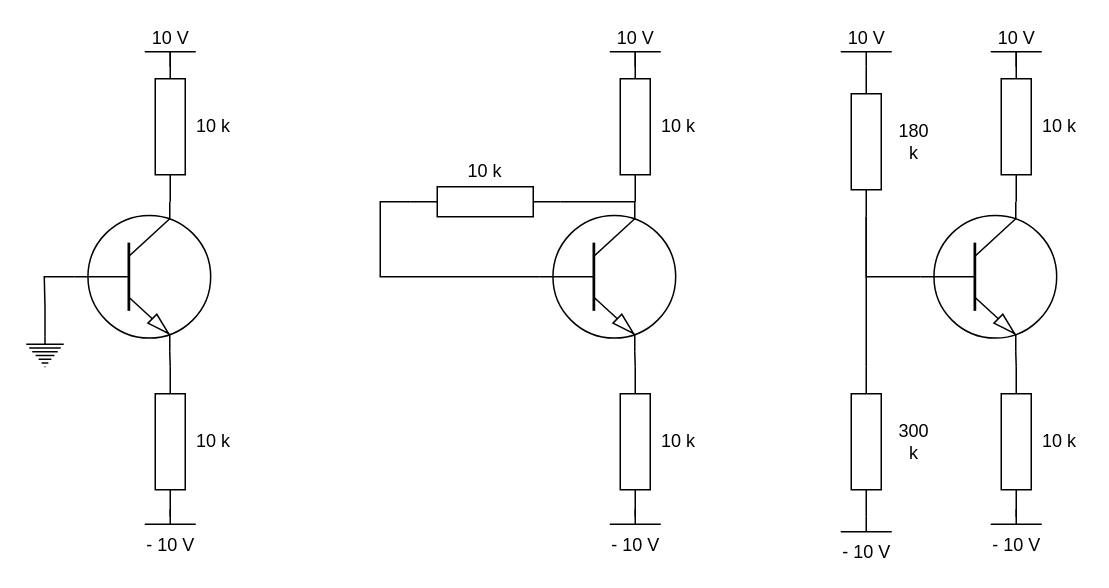
This is Exercices/BJT/figures/NPN-a.drawio from parastuffs/3BMBS-electronique, a draw.io file, before an edit. Source tidied: cells renumbered, new cells numbered last; positions are measured from the earlier drawing's top-left corner, leaving out a move shared by most shapes. Both pictures are drawn from the tidied source at 150%, with x=0, y=0 at pixel (26, 51).
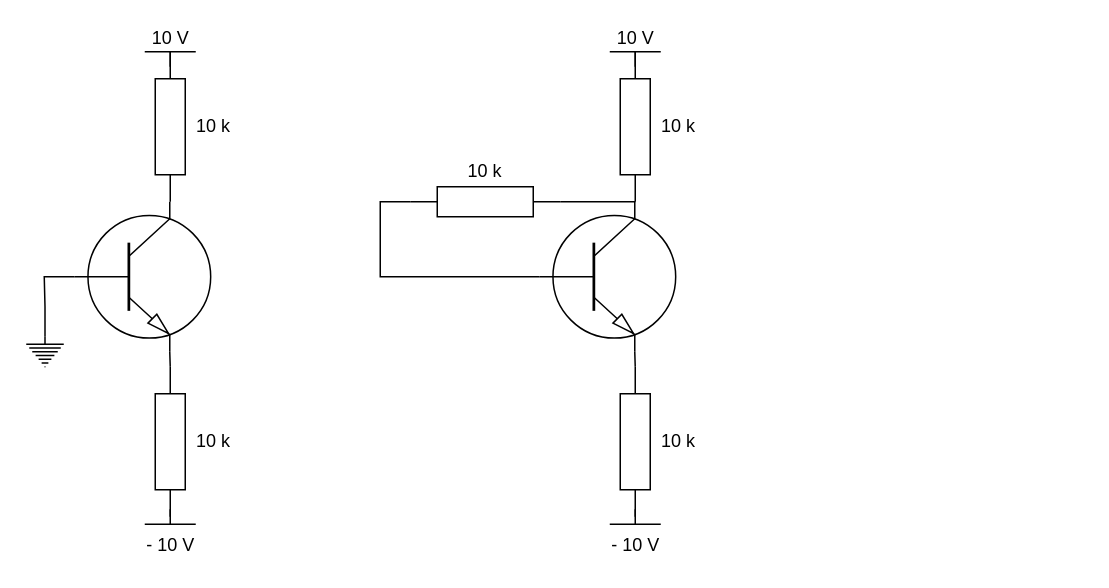
After the change.

Diff of the diagram source:
```diff
@@
-    <mxCell id="26" style="verticalLabelPosition=bottom;shadow=0;dashed=0;align=center;html=1;verticalAlign=top;shape=mxgraph.electrical.transistors.npn_transistor_1;" parent="1" vertex="1">
-      <mxGeometry x="594" y="100" width="95" height="100" as="geometry" />
-    </mxCell>
-    <mxCell id="27" style="edgeStyle=orthogonalEdgeStyle;rounded=0;jettySize=auto;html=1;exitX=1;exitY=0.5;exitDx=0;exitDy=0;exitPerimeter=0;entryX=0.7;entryY=0;entryDx=0;entryDy=0;entryPerimeter=0;endArrow=none;endFill=0;" parent="1" edge="1" source="28" target="26">
-      <mxGeometry relative="1" as="geometry" />
-    </mxCell>
-    <mxCell id="28" style="verticalLabelPosition=bottom;shadow=0;dashed=0;align=center;html=1;verticalAlign=top;shape=mxgraph.electrical.resistors.resistor_1;rotation=90;" parent="1" vertex="1">
-      <mxGeometry x="610" y="40" width="100" height="20" as="geometry" />
-    </mxCell>
-    <mxCell id="29" style="edgeStyle=orthogonalEdgeStyle;rounded=0;jettySize=auto;html=1;exitX=0;exitY=0.5;exitDx=0;exitDy=0;exitPerimeter=0;entryX=0.7;entryY=1;entryDx=0;entryDy=0;entryPerimeter=0;endArrow=none;endFill=0;" parent="1" edge="1" source="30" target="26">
-      <mxGeometry relative="1" as="geometry" />
-    </mxCell>
-    <mxCell id="30" style="verticalLabelPosition=bottom;shadow=0;dashed=0;align=center;html=1;verticalAlign=top;shape=mxgraph.electrical.resistors.resistor_1;rotation=90;" parent="1" vertex="1">
-      <mxGeometry x="610" y="250" width="100" height="20" as="geometry" />
-    </mxCell>
-    <mxCell id="31" value="10 V" style="verticalLabelPosition=top;verticalAlign=bottom;shape=mxgraph.electrical.signal_sources.vdd;shadow=0;dashed=0;align=center;strokeWidth=1;fontSize=12;html=1;flipV=1;fontFamily=Charter;" parent="1" vertex="1">
-      <mxGeometry x="643" width="34" height="10" as="geometry" />
-    </mxCell>
-    <mxCell id="32" value="- 10 V" style="verticalLabelPosition=bottom;shadow=0;dashed=0;align=center;html=1;verticalAlign=top;shape=mxgraph.electrical.signal_sources.vss2;fontSize=12;flipV=1;fontFamily=Charter;" parent="1" vertex="1">
-      <mxGeometry x="643" y="305" width="34" height="10" as="geometry" />
-    </mxCell>
-    <mxCell id="33" value="10 k" style="text;html=1;strokeColor=none;fillColor=none;align=center;verticalAlign=middle;whiteSpace=wrap;rounded=0;fontFamily=Charter;" parent="1" vertex="1">
-      <mxGeometry x="674" y="40" width="30" height="20" as="geometry" />
-    </mxCell>
-    <mxCell id="34" value="10 k" style="text;html=1;strokeColor=none;fillColor=none;align=center;verticalAlign=middle;whiteSpace=wrap;rounded=0;fontFamily=Charter;" parent="1" vertex="1">
-      <mxGeometry x="674" y="250" width="30" height="20" as="geometry" />
-    </mxCell>
-    <mxCell id="35" style="edgeStyle=orthogonalEdgeStyle;rounded=0;jettySize=auto;html=1;exitX=1;exitY=0.5;exitDx=0;exitDy=0;exitPerimeter=0;entryX=0;entryY=0.5;entryDx=0;entryDy=0;entryPerimeter=0;fontFamily=Charter;fontSize=12;endArrow=none;endFill=0;" parent="1" edge="1" source="37" target="39">
-      <mxGeometry relative="1" as="geometry" />
-    </mxCell>
-    <mxCell id="36" style="edgeStyle=orthogonalEdgeStyle;rounded=0;jettySize=auto;html=1;exitX=1;exitY=0.5;exitDx=0;exitDy=0;exitPerimeter=0;entryX=0;entryY=0.5;entryDx=0;entryDy=0;entryPerimeter=0;fontFamily=Charter;fontSize=12;endArrow=none;endFill=0;" parent="1" edge="1" source="37" target="26">
-      <mxGeometry relative="1" as="geometry" />
-    </mxCell>
-    <mxCell id="37" style="verticalLabelPosition=bottom;shadow=0;dashed=0;align=center;html=1;verticalAlign=top;shape=mxgraph.electrical.resistors.resistor_1;rotation=90;" parent="1" vertex="1">
-      <mxGeometry x="510" y="50" width="100" height="20" as="geometry" />
-    </mxCell>
-    <mxCell id="38" value="180 k" style="text;html=1;strokeColor=none;fillColor=none;align=center;verticalAlign=middle;whiteSpace=wrap;rounded=0;fontFamily=Charter;" parent="1" vertex="1">
-      <mxGeometry x="577" y="50" width="30" height="20" as="geometry" />
-    </mxCell>
-    <mxCell id="39" style="verticalLabelPosition=bottom;shadow=0;dashed=0;align=center;html=1;verticalAlign=top;shape=mxgraph.electrical.resistors.resistor_1;rotation=90;" parent="1" vertex="1">
-      <mxGeometry x="510" y="250" width="100" height="20" as="geometry" />
-    </mxCell>
-    <mxCell id="40" value="10 V" style="verticalLabelPosition=top;verticalAlign=bottom;shape=mxgraph.electrical.signal_sources.vdd;shadow=0;dashed=0;align=center;strokeWidth=1;fontSize=12;html=1;flipV=1;fontFamily=Charter;" parent="1" vertex="1">
-      <mxGeometry x="543" width="34" height="10" as="geometry" />
-    </mxCell>
-    <mxCell id="41" value="- 10 V" style="verticalLabelPosition=bottom;shadow=0;dashed=0;align=center;html=1;verticalAlign=top;shape=mxgraph.electrical.signal_sources.vss2;fontSize=12;flipV=1;fontFamily=Charter;" parent="1" vertex="1">
-      <mxGeometry x="543" y="310" width="34" height="10" as="geometry" />
-    </mxCell>
-    <mxCell id="42" value="300 k" style="text;html=1;strokeColor=none;fillColor=none;align=center;verticalAlign=middle;whiteSpace=wrap;rounded=0;fontFamily=Charter;" parent="1" vertex="1">
-      <mxGeometry x="577" y="250" width="30" height="20" as="geometry" />
-    </mxCell>
```
